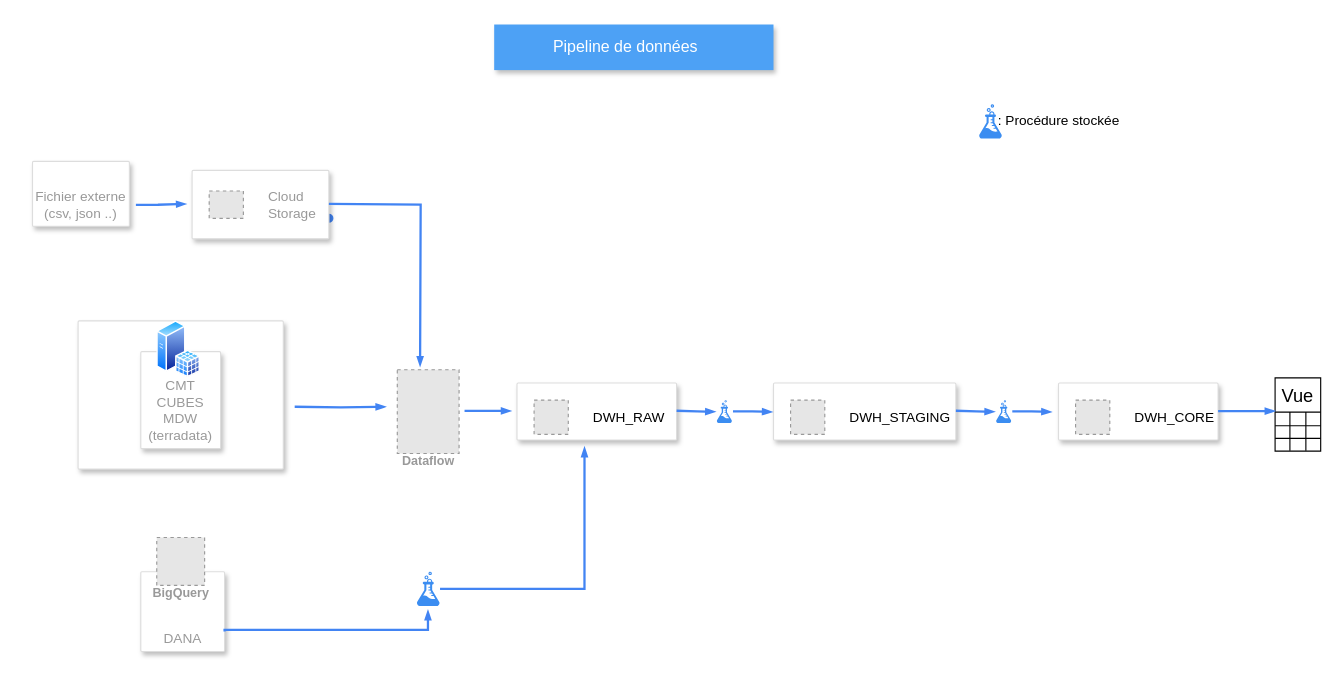
This is Diagramme sans nom.drawio from nboumlaik/Code2.0, a draw.io file, before an edit. Source tidied: cells renumbered, new cells numbered last; positions are measured from the earlier drawing's top-left corner, leaving out a move shared by most shapes. Both pictures are drawn from the tidied source at 114%, with x=0, y=0 at pixel (32, 24). Pictures stored in the file or linked from it are replaced by grey dashed boxes.
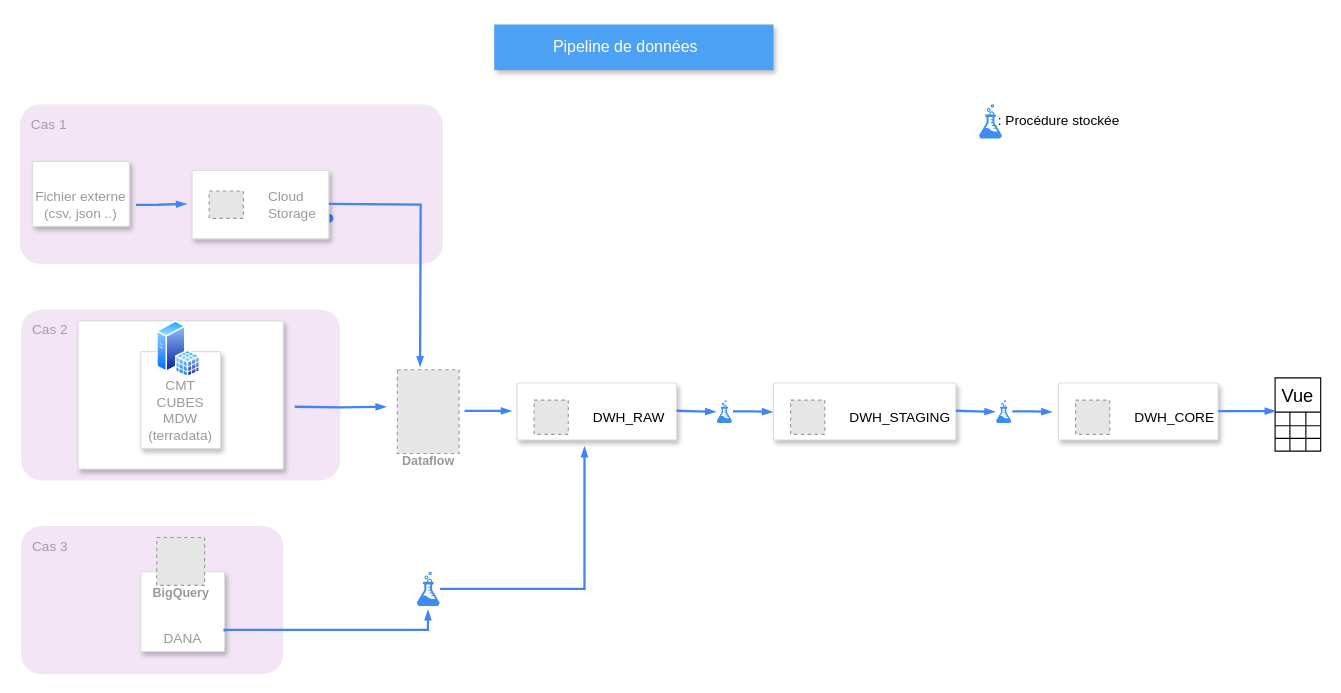
Above is the later version.

Commit message:
Mettre à jour Diagramme sans nom.drawio

The edit, as a diff of the source:
```diff
@@
+    <mxCell id="48" value="Cas 3" style="sketch=0;rounded=1;absoluteArcSize=1;arcSize=36;html=1;strokeColor=none;gradientColor=none;shadow=0;dashed=0;fontSize=12;fontColor=#9E9E9E;align=left;verticalAlign=top;spacing=10;spacingTop=-4;whiteSpace=wrap;fillColor=#F3E5F5;" parent="1" vertex="1">
+      <mxGeometry x="-10" y="440" width="230" height="130" as="geometry" />
+    </mxCell>
+    <mxCell id="49" value="Cas 2" style="sketch=0;rounded=1;absoluteArcSize=1;arcSize=36;html=1;strokeColor=none;gradientColor=none;shadow=0;dashed=0;fontSize=12;fontColor=#9E9E9E;align=left;verticalAlign=top;spacing=10;spacingTop=-4;whiteSpace=wrap;fillColor=#F3E5F5;" parent="1" vertex="1">
+      <mxGeometry x="-10" y="250" width="280" height="150" as="geometry" />
+    </mxCell>
+    <mxCell id="50" value="Cas 1" style="sketch=0;rounded=1;absoluteArcSize=1;arcSize=36;html=1;strokeColor=none;gradientColor=none;shadow=0;dashed=0;fontSize=12;fontColor=#9E9E9E;align=left;verticalAlign=top;spacing=10;spacingTop=-4;whiteSpace=wrap;fillColor=#F3E5F5;" parent="1" vertex="1">
+      <mxGeometry x="-11" y="70" width="371" height="140" as="geometry" />
+    </mxCell>
```
